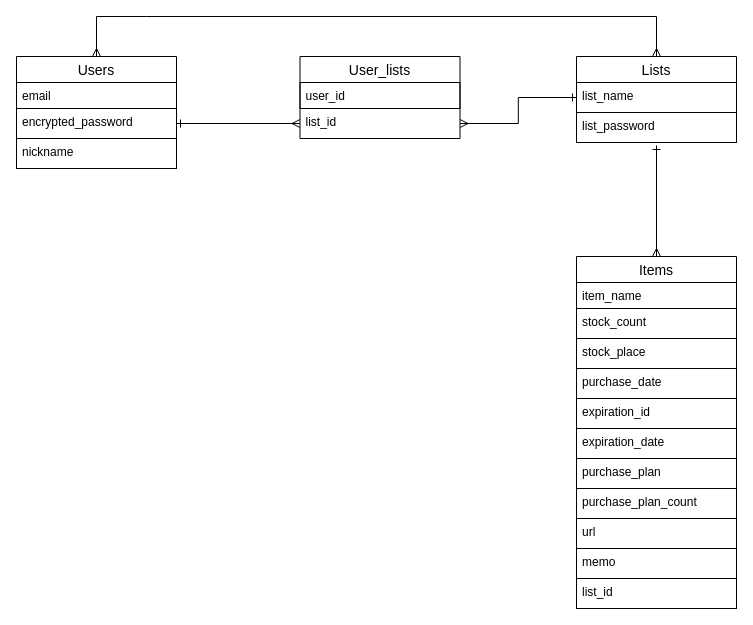
nagataku26/life-stocker keeps this draw.io diagram as er.dio. Above is the earlier version. Source tidied: cells renumbered, new cells numbered last; positions are measured from the earlier drawing's top-left corner, leaving out a move shared by most shapes. Both pictures are drawn from the tidied source at 100%, with x=0, y=0 at pixel (16, 16).
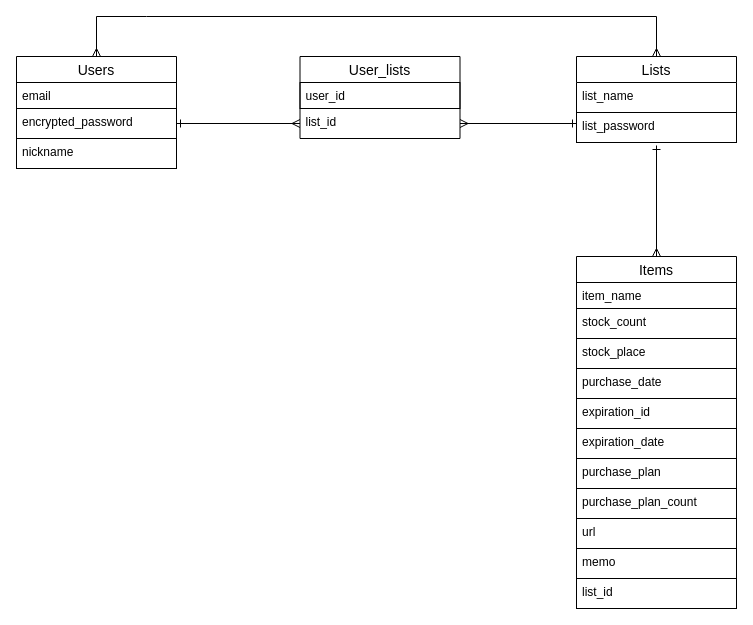
After the change.

The change refers to these unchanged cells:
```xml
<mxCell id="9" value="list_name" style="text;strokeColor=none;fillColor=none;spacingLeft=4;spacingRight=4;overflow=hidden;points=[[0,0.5],[1,0.5]];portConstraint=eastwest;fontSize=12;" parent="8" vertex="1">
  <mxGeometry y="26" width="160" height="30" as="geometry" />
</mxCell>
<mxCell id="17" value="list_id" style="text;strokeColor=none;fillColor=none;spacingLeft=4;spacingRight=4;overflow=hidden;points=[[0,0.5],[1,0.5]];portConstraint=eastwest;fontSize=12;" parent="15" vertex="1">
  <mxGeometry y="52" width="160" height="30" as="geometry" />
</mxCell>
```

The edit, as a diff of the source:
```diff
@@
-    <mxCell id="19" style="edgeStyle=orthogonalEdgeStyle;rounded=0;html=1;exitX=0;exitY=0.5;exitDx=0;exitDy=0;entryX=1;entryY=0.5;entryDx=0;entryDy=0;startArrow=ERone;startFill=0;endArrow=ERmany;endFill=0;" parent="1" edge="1" source="9" target="17">
-      <mxGeometry relative="1" as="geometry" />
+    <mxCell id="19" style="rounded=0;html=1;entryX=1;entryY=0.5;entryDx=0;entryDy=0;startArrow=ERone;startFill=0;endArrow=ERmany;endFill=0;" parent="1" edge="1" target="17">
+      <mxGeometry relative="1" as="geometry">
+        <mxPoint x="560" y="107" as="sourcePoint" />
+      </mxGeometry>
     </mxCell>
```
